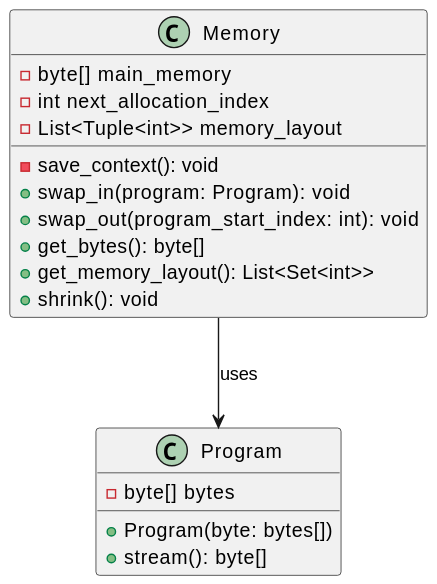
Above: out/schema/MEMSIM.svg in Caue-Aron/MEMSIM (PlantUML), before the change.
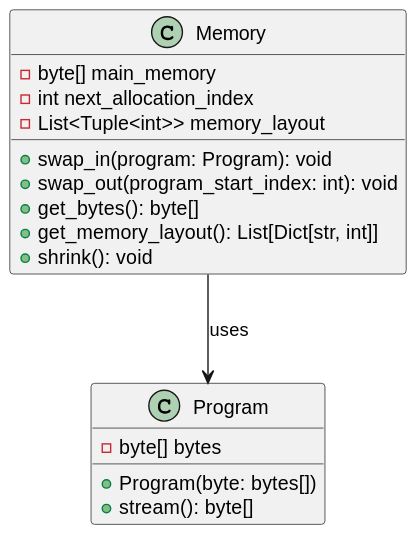
After the commit.

Change to the diagram source:
```diff
@@ -4,11 +4,10 @@
     - int next_allocation_index
     - List<Tuple<int>> memory_layout
 
-    - save_context(): void
     + swap_in(program: Program): void
     + swap_out(program_start_index: int): void
     + get_bytes(): byte[]
-    + get_memory_layout(): List<Set<int>>
+    + get_memory_layout(): List[Dict[str, int]]
     + shrink(): void
 }
 
```
